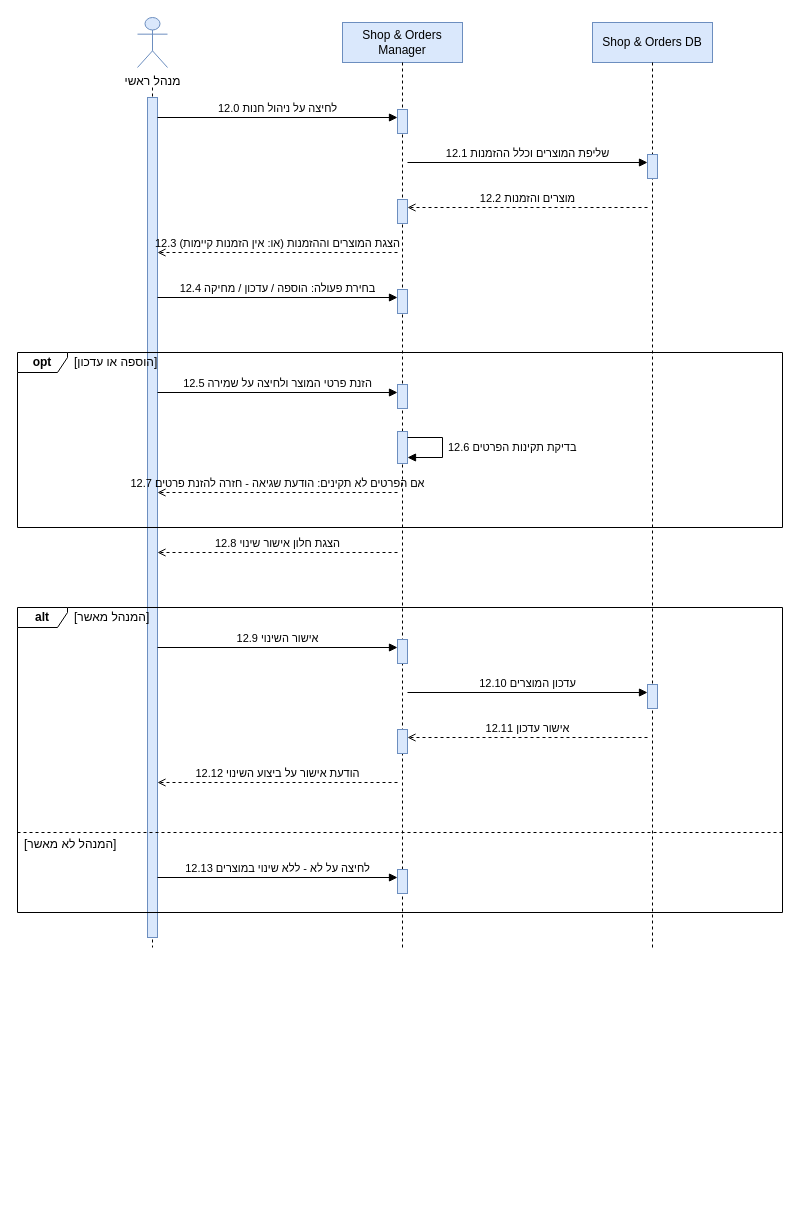
Earlier version of the draw.io diagram diagrams/SEQ-SUC-12.drawio (arielkaplan20/project_Golden_Hair_Salon). Source tidied: cells renumbered, new cells numbered last; positions are measured from the earlier drawing's top-left corner, leaving out a move shared by most shapes. Both pictures are drawn from the tidied source at 100%, with x=0, y=0 at pixel (17, 17).
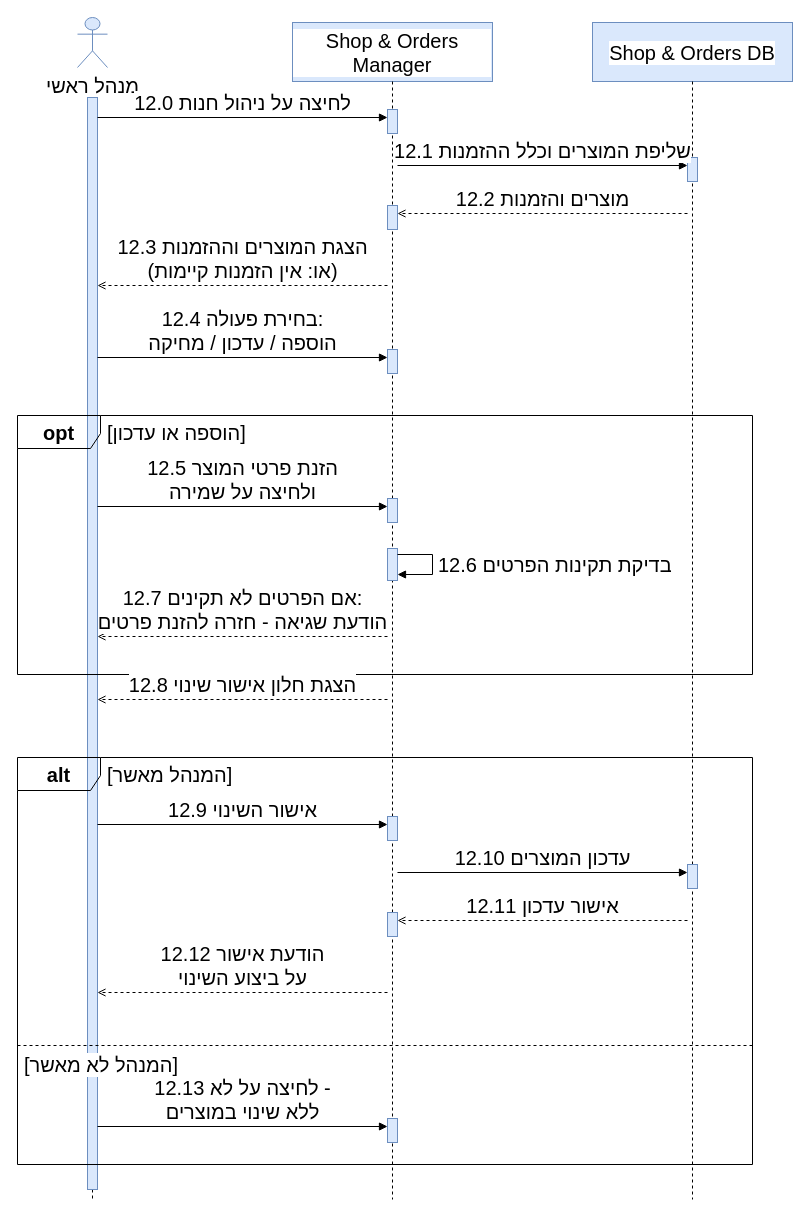
Above is the later version.

What changed in the source:
```diff
@@
-    <mxCell id="2" value="מנהל ראשי" style="shape=umlActor;verticalLabelPosition=bottom;verticalAlign=top;html=1;fillColor=#dae8fc;strokeColor=#6c8ebf;" parent="1" vertex="1">
-      <mxGeometry x="120" width="30" height="50" as="geometry" />
+    <mxCell id="2" value="מנהל ראשי" style="shape=umlActor;verticalLabelPosition=bottom;verticalAlign=top;html=1;fillColor=#dae8fc;strokeColor=#6c8ebf;fontSize=20;labelBackgroundColor=#ffffff;" parent="1" vertex="1">
+      <mxGeometry x="60" width="30" height="50" as="geometry" />
     </mxCell>
-    <mxCell id="3" value="Shop &amp;amp; Orders Manager" style="rounded=0;whiteSpace=wrap;html=1;fillColor=#dae8fc;strokeColor=#6c8ebf;" parent="1" vertex="1">
-      <mxGeometry x="325" y="5" width="120" height="40" as="geometry" />
+    <mxCell id="3" value="Shop &amp;amp; Orders Manager" style="rounded=0;whiteSpace=wrap;html=1;fillColor=#dae8fc;strokeColor=#6c8ebf;fontSize=20;labelBackgroundColor=#ffffff;" parent="1" vertex="1">
+      <mxGeometry x="275" y="5" width="200" height="59" as="geometry" />
     </mxCell>
-    <mxCell id="4" value="Shop &amp;amp; Orders DB" style="rounded=0;whiteSpace=wrap;html=1;fillColor=#dae8fc;strokeColor=#6c8ebf;" parent="1" vertex="1">
-      <mxGeometry x="575" y="5" width="120" height="40" as="geometry" />
+    <mxCell id="4" value="Shop &amp;amp; Orders DB" style="rounded=0;whiteSpace=wrap;html=1;fillColor=#dae8fc;strokeColor=#6c8ebf;fontSize=20;labelBackgroundColor=#ffffff;" parent="1" vertex="1">
+      <mxGeometry x="575" y="5" width="200" height="59" as="geometry" />
     </mxCell>
     <mxCell id="5" style="endArrow=none;html=1;dashed=1;strokeColor=#000000;" parent="1" edge="1">
       <mxGeometry relative="1" as="geometry">
-        <mxPoint x="135" y="70" as="sourcePoint" />
-        <mxPoint x="135" y="930" as="targetPoint" />
+        <mxPoint x="75" y="80" as="sourcePoint" />
+        <mxPoint x="75" y="1182" as="targetPoint" />
       </mxGeometry>
     </mxCell>
     <mxCell id="6" style="rounded=0;html=1;fillColor=#dae8fc;strokeColor=#6c8ebf;" parent="1" vertex="1">
-      <mxGeometry x="130" y="80" width="10" height="840" as="geometry" />
+      <mxGeometry x="70" y="80" width="10" height="1092" as="geometry" />
     </mxCell>
     <mxCell id="7" style="endArrow=none;html=1;dashed=1;strokeColor=#000000;" parent="1" edge="1">
       <mxGeometry relative="1" as="geometry">
-        <mxPoint x="385" y="45" as="sourcePoint" />
-        <mxPoint x="385" y="930" as="targetPoint" />
+        <mxPoint x="375" y="64" as="sourcePoint" />
+        <mxPoint x="375" y="1182" as="targetPoint" />
       </mxGeometry>
     </mxCell>
     <mxCell id="8" style="endArrow=none;html=1;dashed=1;strokeColor=#000000;" parent="1" edge="1">
       <mxGeometry relative="1" as="geometry">
-        <mxPoint x="635" y="45" as="sourcePoint" />
-        <mxPoint x="635" y="930" as="targetPoint" />
+        <mxPoint x="675" y="64" as="sourcePoint" />
+        <mxPoint x="675" y="1182" as="targetPoint" />
       </mxGeometry>
     </mxCell>
     <mxCell id="9" style="rounded=0;html=1;fillColor=#dae8fc;strokeColor=#6c8ebf;" parent="1" vertex="1">
-      <mxGeometry x="380" y="92" width="10" height="24" as="geometry" />
+      <mxGeometry x="370" y="92" width="10" height="24" as="geometry" />
     </mxCell>
     <mxCell id="10" style="rounded=0;html=1;fillColor=#dae8fc;strokeColor=#6c8ebf;" parent="1" vertex="1">
-      <mxGeometry x="630" y="137" width="10" height="24" as="geometry" />
+      <mxGeometry x="670" y="140" width="10" height="24" as="geometry" />
     </mxCell>
     <mxCell id="11" style="rounded=0;html=1;fillColor=#dae8fc;strokeColor=#6c8ebf;" parent="1" vertex="1">
-      <mxGeometry x="380" y="182" width="10" height="24" as="geometry" />
+      <mxGeometry x="370" y="188" width="10" height="24" as="geometry" />
     </mxCell>
     <mxCell id="12" style="rounded=0;html=1;fillColor=#dae8fc;strokeColor=#6c8ebf;" parent="1" vertex="1">
-      <mxGeometry x="380" y="272" width="10" height="24" as="geometry" />
+      <mxGeometry x="370" y="332" width="10" height="24" as="geometry" />
     </mxCell>
     <mxCell id="13" style="rounded=0;html=1;fillColor=#dae8fc;strokeColor=#6c8ebf;" parent="1" vertex="1">
-      <mxGeometry x="380" y="367" width="10" height="24" as="geometry" />
+      <mxGeometry x="370" y="481" width="10" height="24" as="geometry" />
     </mxCell>
     <mxCell id="14" style="rounded=0;html=1;fillColor=#dae8fc;strokeColor=#6c8ebf;" parent="1" vertex="1">
-      <mxGeometry x="380" y="414" width="10" height="32" as="geometry" />
+      <mxGeometry x="370" y="531" width="10" height="32" as="geometry" />
     </mxCell>
     <mxCell id="15" style="rounded=0;html=1;fillColor=#dae8fc;strokeColor=#6c8ebf;" parent="1" vertex="1">
-      <mxGeometry x="380" y="622" width="10" height="24" as="geometry" />
+      <mxGeometry x="370" y="799" width="10" height="24" as="geometry" />
     </mxCell>
     <mxCell id="16" style="rounded=0;html=1;fillColor=#dae8fc;strokeColor=#6c8ebf;" parent="1" vertex="1">
-      <mxGeometry x="630" y="667" width="10" height="24" as="geometry" />
+      <mxGeometry x="670" y="847" width="10" height="24" as="geometry" />
     </mxCell>
     <mxCell id="17" style="rounded=0;html=1;fillColor=#dae8fc;strokeColor=#6c8ebf;" parent="1" vertex="1">
-      <mxGeometry x="380" y="712" width="10" height="24" as="geometry" />
+      <mxGeometry x="370" y="895" width="10" height="24" as="geometry" />
     </mxCell>
     <mxCell id="18" style="rounded=0;html=1;fillColor=#dae8fc;strokeColor=#6c8ebf;" parent="1" vertex="1">
-      <mxGeometry x="380" y="852" width="10" height="24" as="geometry" />
+      <mxGeometry x="370" y="1101" width="10" height="24" as="geometry" />
     </mxCell>
-    <mxCell id="19" value="&lt;b&gt;opt&lt;/b&gt;" style="shape=umlFrame;whiteSpace=wrap;html=1;width=50;height=20;fillColor=none;" parent="1" vertex="1">
-      <mxGeometry y="335" width="765" height="175" as="geometry" />
+    <mxCell id="19" value="&lt;b&gt;opt&lt;/b&gt;" style="shape=umlFrame;whiteSpace=wrap;html=1;width=83;height=33;fillColor=none;fontSize=20;labelBackgroundColor=#ffffff;" parent="1" vertex="1">
+      <mxGeometry y="398" width="735" height="259" as="geometry" />
     </mxCell>
-    <mxCell id="20" value="[הוספה או עדכון]" style="text;html=1;align=left;verticalAlign=middle;whiteSpace=nowrap;fillColor=none;strokeColor=none;" parent="1" vertex="1">
-      <mxGeometry x="55" y="335" width="300" height="20" as="geometry" />
+    <mxCell id="20" value="&lt;span style='background:#ffffff'&gt;[הוספה או עדכון]&lt;/span&gt;" style="text;html=1;align=left;verticalAlign=middle;whiteSpace=nowrap;fillColor=none;strokeColor=none;fontSize=20;labelBackgroundColor=#ffffff;" parent="1" vertex="1">
+      <mxGeometry x="88" y="398" width="400" height="33" as="geometry" />
     </mxCell>
-    <mxCell id="21" value="&lt;b&gt;alt&lt;/b&gt;" style="shape=umlFrame;whiteSpace=wrap;html=1;width=50;height=20;fillColor=none;" parent="1" vertex="1">
-      <mxGeometry y="590" width="765" height="305" as="geometry" />
+    <mxCell id="21" value="&lt;b&gt;alt&lt;/b&gt;" style="shape=umlFrame;whiteSpace=wrap;html=1;width=83;height=33;fillColor=none;fontSize=20;labelBackgroundColor=#ffffff;" parent="1" vertex="1">
+      <mxGeometry y="740" width="735" height="407" as="geometry" />
     </mxCell>
-    <mxCell id="22" value="[המנהל מאשר]" style="text;html=1;align=left;verticalAlign=middle;whiteSpace=nowrap;fillColor=none;strokeColor=none;" parent="1" vertex="1">
-      <mxGeometry x="55" y="590" width="300" height="20" as="geometry" />
+    <mxCell id="22" value="&lt;span style='background:#ffffff'&gt;[המנהל מאשר]&lt;/span&gt;" style="text;html=1;align=left;verticalAlign=middle;whiteSpace=nowrap;fillColor=none;strokeColor=none;fontSize=20;labelBackgroundColor=#ffffff;" parent="1" vertex="1">
+      <mxGeometry x="88" y="740" width="400" height="33" as="geometry" />
     </mxCell>
     <mxCell id="23" style="endArrow=none;html=1;dashed=1;" parent="1" edge="1">
       <mxGeometry relative="1" as="geometry">
-        <mxPoint y="815" as="sourcePoint" />
-        <mxPoint x="765" y="815" as="targetPoint" />
+        <mxPoint y="1028" as="sourcePoint" />
+        <mxPoint x="735" y="1028" as="targetPoint" />
       </mxGeometry>
     </mxCell>
-    <mxCell id="24" value="[המנהל לא מאשר]" style="text;html=1;align=left;verticalAlign=middle;whiteSpace=nowrap;fillColor=none;strokeColor=none;" parent="1" vertex="1">
-      <mxGeometry x="5" y="817" width="300" height="20" as="geometry" />
+    <mxCell id="24" value="&lt;span style='background:#ffffff'&gt;[המנהל לא מאשר]&lt;/span&gt;" style="text;html=1;align=left;verticalAlign=middle;whiteSpace=nowrap;fillColor=none;strokeColor=none;fontSize=20;labelBackgroundColor=#ffffff;" parent="1" vertex="1">
+      <mxGeometry x="5" y="1030" width="400" height="33" as="geometry" />
     </mxCell>
-    <mxCell id="25" value="12.0 לחיצה על ניהול חנות" style="endArrow=block;endFill=1;html=1;rounded=0;verticalAlign=bottom;labelBackgroundColor=none;" parent="1" edge="1">
+    <mxCell id="25" value="12.0 לחיצה על ניהול חנות" style="endArrow=block;endFill=1;html=1;rounded=0;verticalAlign=bottom;labelBackgroundColor=none;fontSize=20;labelBackgroundColor=#ffffff;" parent="1" edge="1">
       <mxGeometry relative="1" as="geometry">
-        <mxPoint x="140" y="100" as="sourcePoint" />
-        <mxPoint x="380" y="100" as="targetPoint" />
+        <mxPoint x="80" y="100" as="sourcePoint" />
+        <mxPoint x="370" y="100" as="targetPoint" />
       </mxGeometry>
     </mxCell>
-    <mxCell id="26" value="12.1 שליפת המוצרים וכלל ההזמנות" style="endArrow=block;endFill=1;html=1;rounded=0;verticalAlign=bottom;labelBackgroundColor=none;" parent="1" edge="1">
+    <mxCell id="26" value="12.1 שליפת המוצרים וכלל ההזמנות" style="endArrow=block;endFill=1;html=1;rounded=0;verticalAlign=bottom;labelBackgroundColor=none;fontSize=20;labelBackgroundColor=#ffffff;" parent="1" edge="1">
       <mxGeometry relative="1" as="geometry">
-        <mxPoint x="390" y="145" as="sourcePoint" />
-        <mxPoint x="630" y="145" as="targetPoint" />
+        <mxPoint x="380" y="148" as="sourcePoint" />
+        <mxPoint x="670" y="148" as="targetPoint" />
       </mxGeometry>
     </mxCell>
-    <mxCell id="27" value="12.2 מוצרים והזמנות" style="endArrow=open;endFill=0;html=1;rounded=0;dashed=1;verticalAlign=bottom;labelBackgroundColor=none;" parent="1" edge="1">
+    <mxCell id="27" value="12.2 מוצרים והזמנות" style="endArrow=open;endFill=0;html=1;rounded=0;dashed=1;verticalAlign=bottom;labelBackgroundColor=none;fontSize=20;labelBackgroundColor=#ffffff;" parent="1" edge="1">
       <mxGeometry relative="1" as="geometry">
-        <mxPoint x="630" y="190" as="sourcePoint" />
-        <mxPoint x="390" y="190" as="targetPoint" />
+        <mxPoint x="670" y="196" as="sourcePoint" />
+        <mxPoint x="380" y="196" as="targetPoint" />
       </mxGeometry>
     </mxCell>
-    <mxCell id="28" value="12.3 הצגת המוצרים וההזמנות (או: אין הזמנות קיימות)" style="endArrow=open;endFill=0;html=1;rounded=0;dashed=1;verticalAlign=bottom;labelBackgroundColor=none;" parent="1" edge="1">
+    <mxCell id="28" value="12.3 הצגת המוצרים וההזמנות&lt;br&gt;(או: אין הזמנות קיימות)" style="endArrow=open;endFill=0;html=1;rounded=0;dashed=1;verticalAlign=bottom;labelBackgroundColor=none;fontSize=20;labelBackgroundColor=#ffffff;" parent="1" edge="1">
       <mxGeometry relative="1" as="geometry">
-        <mxPoint x="380" y="235" as="sourcePoint" />
-        <mxPoint x="140" y="235" as="targetPoint" />
+        <mxPoint x="370" y="268" as="sourcePoint" />
+        <mxPoint x="80" y="268" as="targetPoint" />
       </mxGeometry>
     </mxCell>
-    <mxCell id="29" value="12.4 בחירת פעולה: הוספה / עדכון / מחיקה" style="endArrow=block;endFill=1;html=1;rounded=0;verticalAlign=bottom;labelBackgroundColor=none;" parent="1" edge="1">
+    <mxCell id="29" value="12.4 בחירת פעולה:&lt;br&gt;הוספה / עדכון / מחיקה" style="endArrow=block;endFill=1;html=1;rounded=0;verticalAlign=bottom;labelBackgroundColor=none;fontSize=20;labelBackgroundColor=#ffffff;" parent="1" edge="1">
       <mxGeometry relative="1" as="geometry">
-        <mxPoint x="140" y="280" as="sourcePoint" />
-        <mxPoint x="380" y="280" as="targetPoint" />
+        <mxPoint x="80" y="340" as="sourcePoint" />
+        <mxPoint x="370" y="340" as="targetPoint" />
       </mxGeometry>
     </mxCell>
-    <mxCell id="30" value="12.5 הזנת פרטי המוצר ולחיצה על שמירה" style="endArrow=block;endFill=1;html=1;rounded=0;verticalAlign=bottom;labelBackgroundColor=none;" parent="1" edge="1">
+    <mxCell id="30" value="12.5 הזנת פרטי המוצר&lt;br&gt;ולחיצה על שמירה" style="endArrow=block;endFill=1;html=1;rounded=0;verticalAlign=bottom;labelBackgroundColor=none;fontSize=20;labelBackgroundColor=#ffffff;" parent="1" edge="1">
       <mxGeometry relative="1" as="geometry">
-        <mxPoint x="140" y="375" as="sourcePoint" />
-        <mxPoint x="380" y="375" as="targetPoint" />
+        <mxPoint x="80" y="489" as="sourcePoint" />
+        <mxPoint x="370" y="489" as="targetPoint" />
       </mxGeometry>
     </mxCell>
-    <mxCell id="31" value="12.6 בדיקת תקינות הפרטים" style="endArrow=block;endFill=1;html=1;rounded=0;align=left;spacingLeft=4;labelBackgroundColor=none;" parent="1" edge="1">
+    <mxCell id="31" value="12.6 בדיקת תקינות הפרטים" style="endArrow=block;endFill=1;html=1;rounded=0;align=left;spacingLeft=4;labelBackgroundColor=none;fontSize=20;labelBackgroundColor=#ffffff;" parent="1" edge="1">
       <mxGeometry relative="1" as="geometry">
-        <mxPoint x="390" y="420" as="sourcePoint" />
-        <mxPoint x="390" y="440" as="targetPoint" />
+        <mxPoint x="380" y="537" as="sourcePoint" />
+        <mxPoint x="380" y="557" as="targetPoint" />
         <Array as="points">
-          <mxPoint x="425" y="420" />
-          <mxPoint x="425" y="440" />
+          <mxPoint x="415" y="537" />
+          <mxPoint x="415" y="557" />
         </Array>
       </mxGeometry>
     </mxCell>
-    <mxCell id="32" value="12.7 אם הפרטים לא תקינים: הודעת שגיאה - חזרה להזנת פרטים" style="endArrow=open;endFill=0;html=1;rounded=0;dashed=1;verticalAlign=bottom;labelBackgroundColor=none;" parent="1" edge="1">
+    <mxCell id="32" value="12.7 אם הפרטים לא תקינים:&lt;br&gt;הודעת שגיאה - חזרה להזנת פרטים" style="endArrow=open;endFill=0;html=1;rounded=0;dashed=1;verticalAlign=bottom;labelBackgroundColor=none;fontSize=20;labelBackgroundColor=#ffffff;" parent="1" edge="1">
       <mxGeometry relative="1" as="geometry">
-        <mxPoint x="380" y="475" as="sourcePoint" />
-        <mxPoint x="140" y="475" as="targetPoint" />
+        <mxPoint x="370" y="619" as="sourcePoint" />
+        <mxPoint x="80" y="619" as="targetPoint" />
       </mxGeometry>
     </mxCell>
-    <mxCell id="33" value="12.8 הצגת חלון אישור שינוי" style="endArrow=open;endFill=0;html=1;rounded=0;dashed=1;verticalAlign=bottom;labelBackgroundColor=none;" parent="1" edge="1">
+    <mxCell id="33" value="12.8 הצגת חלון אישור שינוי" style="endArrow=open;endFill=0;html=1;rounded=0;dashed=1;verticalAlign=bottom;labelBackgroundColor=none;fontSize=20;labelBackgroundColor=#ffffff;" parent="1" edge="1">
       <mxGeometry relative="1" as="geometry">
-        <mxPoint x="380" y="535" as="sourcePoint" />
-        <mxPoint x="140" y="535" as="targetPoint" />
+        <mxPoint x="370" y="682" as="sourcePoint" />
+        <mxPoint x="80" y="682" as="targetPoint" />
       </mxGeometry>
     </mxCell>
-    <mxCell id="34" value="12.9 אישור השינוי" style="endArrow=block;endFill=1;html=1;rounded=0;verticalAlign=bottom;labelBackgroundColor=none;" parent="1" edge="1">
+    <mxCell id="34" value="12.9 אישור השינוי" style="endArrow=block;endFill=1;html=1;rounded=0;verticalAlign=bottom;labelBackgroundColor=none;fontSize=20;labelBackgroundColor=#ffffff;" parent="1" edge="1">
       <mxGeometry relative="1" as="geometry">
-        <mxPoint x="140" y="630" as="sourcePoint" />
-        <mxPoint x="380" y="630" as="targetPoint" />
+        <mxPoint x="80" y="807" as="sourcePoint" />
+        <mxPoint x="370" y="807" as="targetPoint" />
       </mxGeometry>
     </mxCell>
-    <mxCell id="35" value="12.10 עדכון המוצרים" style="endArrow=block;endFill=1;html=1;rounded=0;verticalAlign=bottom;labelBackgroundColor=none;" parent="1" edge="1">
+    <mxCell id="35" value="12.10 עדכון המוצרים" style="endArrow=block;endFill=1;html=1;rounded=0;verticalAlign=bottom;labelBackgroundColor=none;fontSize=20;labelBackgroundColor=#ffffff;" parent="1" edge="1">
       <mxGeometry relative="1" as="geometry">
-        <mxPoint x="390" y="675" as="sourcePoint" />
-        <mxPoint x="630" y="675" as="targetPoint" />
+        <mxPoint x="380" y="855" as="sourcePoint" />
+        <mxPoint x="670" y="855" as="targetPoint" />
       </mxGeometry>
     </mxCell>
-    <mxCell id="36" value="12.11 אישור עדכון" style="endArrow=open;endFill=0;html=1;rounded=0;dashed=1;verticalAlign=bottom;labelBackgroundColor=none;" parent="1" edge="1">
+    <mxCell id="36" value="12.11 אישור עדכון" style="endArrow=open;endFill=0;html=1;rounded=0;dashed=1;verticalAlign=bottom;labelBackgroundColor=none;fontSize=20;labelBackgroundColor=#ffffff;" parent="1" edge="1">
       <mxGeometry relative="1" as="geometry">
-        <mxPoint x="630" y="720" as="sourcePoint" />
-        <mxPoint x="390" y="720" as="targetPoint" />
+        <mxPoint x="670" y="903" as="sourcePoint" />
+        <mxPoint x="380" y="903" as="targetPoint" />
       </mxGeometry>
     </mxCell>
-    <mxCell id="37" value="12.12 הודעת אישור על ביצוע השינוי" style="endArrow=open;endFill=0;html=1;rounded=0;dashed=1;verticalAlign=bottom;labelBackgroundColor=none;" parent="1" edge="1">
+    <mxCell id="37" value="12.12 הודעת אישור&lt;br&gt;על ביצוע השינוי" style="endArrow=open;endFill=0;html=1;rounded=0;dashed=1;verticalAlign=bottom;labelBackgroundColor=none;fontSize=20;labelBackgroundColor=#ffffff;" parent="1" edge="1">
       <mxGeometry relative="1" as="geometry">
-        <mxPoint x="380" y="765" as="sourcePoint" />
-        <mxPoint x="140" y="765" as="targetPoint" />
+        <mxPoint x="370" y="975" as="sourcePoint" />
+        <mxPoint x="80" y="975" as="targetPoint" />
       </mxGeometry>
     </mxCell>
-    <mxCell id="38" value="12.13 לחיצה על לא - ללא שינוי במוצרים" style="endArrow=block;endFill=1;html=1;rounded=0;verticalAlign=bottom;labelBackgroundColor=none;" parent="1" edge="1">
+    <mxCell id="38" value="12.13 לחיצה על לא -&lt;br&gt;ללא שינוי במוצרים" style="endArrow=block;endFill=1;html=1;rounded=0;verticalAlign=bottom;labelBackgroundColor=none;fontSize=20;labelBackgroundColor=#ffffff;" parent="1" edge="1">
       <mxGeometry relative="1" as="geometry">
-        <mxPoint x="140" y="860" as="sourcePoint" />
-        <mxPoint x="380" y="860" as="targetPoint" />
+        <mxPoint x="80" y="1109" as="sourcePoint" />
+        <mxPoint x="370" y="1109" as="targetPoint" />
       </mxGeometry>
     </mxCell>
```
